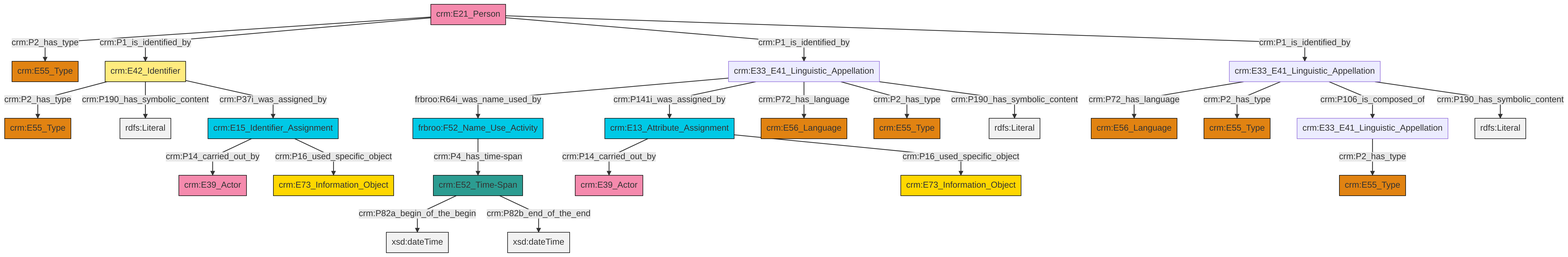
Before: et/personCSV/ttl/mmd/png/Person_Names_and_Classification.png, a diagram exported from Mermaid (swiss-art-research-net/docs.swissartresearch). Its source is kept beside it as et/personCSV/ttl/mmd/Person_Names_and_Classification.ttl.mmd.
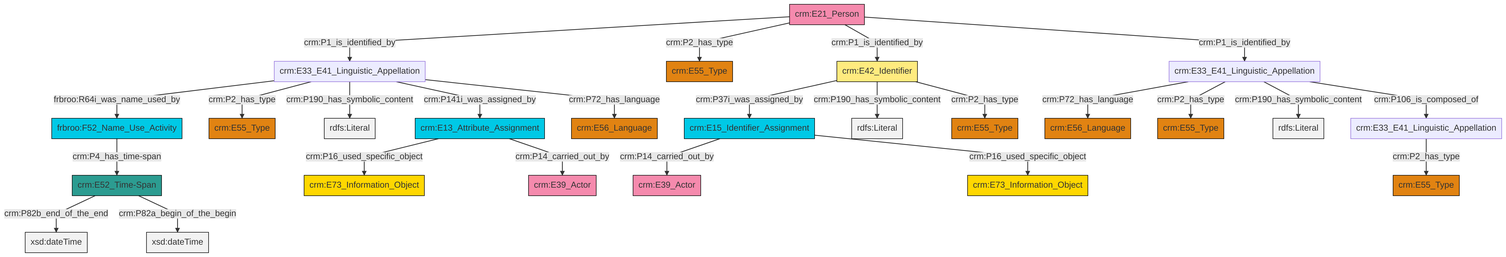
Above is the later version.

Change to the diagram source:
```diff
@@ -13,27 +13,27 @@
 classDef PC_Classes fill:#4ce600, stroke:#000000;
 classDef Multi fill:#cccccc,stroke:#000000;
 
-0["crm:E33_E41_Linguistic_Appellation"]:::Default -->|frbroo:R64i_was_name_used_by| 1["frbroo:F52_Name_Use_Activity"]:::Temporal_Entity
-0["crm:E33_E41_Linguistic_Appellation"]:::Default -->|crm:P141i_was_assigned_by| 2["crm:E13_Attribute_Assignment"]:::Temporal_Entity
-7["crm:E21_Person"]:::Actor -->|crm:P2_has_type| 8["crm:E55_Type"]:::Type
-0["crm:E33_E41_Linguistic_Appellation"]:::Default -->|crm:P72_has_language| 9["crm:E56_Language"]:::Type
-10["crm:E33_E41_Linguistic_Appellation"]:::Default -->|crm:P2_has_type| 11["crm:E55_Type"]:::Type
-15["crm:E52_Time-Span"]:::Time-Span -->|crm:P82a_begin_of_the_begin| 16[xsd:dateTime]:::Literal
-19["crm:E42_Identifier"]:::Appellation -->|crm:P2_has_type| 17["crm:E55_Type"]:::Type
-5["crm:E33_E41_Linguistic_Appellation"]:::Default -->|crm:P72_has_language| 20["crm:E56_Language"]:::Type
-13["crm:E15_Identifier_Assignment"]:::Temporal_Entity -->|crm:P14_carried_out_by| 21["crm:E39_Actor"]:::Actor
-19["crm:E42_Identifier"]:::Appellation -->|crm:P190_has_symbolic_content| 23[rdfs:Literal]:::Literal
-7["crm:E21_Person"]:::Actor -->|crm:P1_is_identified_by| 19["crm:E42_Identifier"]:::Appellation
-0["crm:E33_E41_Linguistic_Appellation"]:::Default -->|crm:P2_has_type| 25["crm:E55_Type"]:::Type
-5["crm:E33_E41_Linguistic_Appellation"]:::Default -->|crm:P2_has_type| 3["crm:E55_Type"]:::Type
-5["crm:E33_E41_Linguistic_Appellation"]:::Default -->|crm:P106_is_composed_of| 10["crm:E33_E41_Linguistic_Appellation"]:::Default
-5["crm:E33_E41_Linguistic_Appellation"]:::Default -->|crm:P190_has_symbolic_content| 27[rdfs:Literal]:::Literal
-15["crm:E52_Time-Span"]:::Time-Span -->|crm:P82b_end_of_the_end| 28[xsd:dateTime]:::Literal
+0["crm:E33_E41_Linguistic_Appellation"]:::Default -->|crm:P72_has_language| 1["crm:E56_Language"]:::Type
+13["crm:E33_E41_Linguistic_Appellation"]:::Default -->|frbroo:R64i_was_name_used_by| 14["frbroo:F52_Name_Use_Activity"]:::Temporal_Entity
+15["crm:E42_Identifier"]:::Appellation -->|crm:P37i_was_assigned_by| 16["crm:E15_Identifier_Assignment"]:::Temporal_Entity
+13["crm:E33_E41_Linguistic_Appellation"]:::Default -->|crm:P2_has_type| 19["crm:E55_Type"]:::Type
+11["crm:E33_E41_Linguistic_Appellation"]:::Default -->|crm:P2_has_type| 21["crm:E55_Type"]:::Type
+0["crm:E33_E41_Linguistic_Appellation"]:::Default -->|crm:P2_has_type| 22["crm:E55_Type"]:::Type
+7["crm:E21_Person"]:::Actor -->|crm:P1_is_identified_by| 13["crm:E33_E41_Linguistic_Appellation"]:::Default
+26["crm:E52_Time-Span"]:::Time-Span -->|crm:P82b_end_of_the_end| 27[xsd:dateTime]:::Literal
+16["crm:E15_Identifier_Assignment"]:::Temporal_Entity -->|crm:P14_carried_out_by| 28["crm:E39_Actor"]:::Actor
+7["crm:E21_Person"]:::Actor -->|crm:P2_has_type| 9["crm:E55_Type"]:::Type
+13["crm:E33_E41_Linguistic_Appellation"]:::Default -->|crm:P190_has_symbolic_content| 31[rdfs:Literal]:::Literal
+16["crm:E15_Identifier_Assignment"]:::Temporal_Entity -->|crm:P16_used_specific_object| 34["crm:E73_Information_Object"]:::Conceptual_Object
+4["crm:E13_Attribute_Assignment"]:::Temporal_Entity -->|crm:P16_used_specific_object| 32["crm:E73_Information_Object"]:::Conceptual_Object
+15["crm:E42_Identifier"]:::Appellation -->|crm:P190_has_symbolic_content| 35[rdfs:Literal]:::Literal
+14["frbroo:F52_Name_Use_Activity"]:::Temporal_Entity -->|crm:P4_has_time-span| 26["crm:E52_Time-Span"]:::Time-Span
+4["crm:E13_Attribute_Assignment"]:::Temporal_Entity -->|crm:P14_carried_out_by| 37["crm:E39_Actor"]:::Actor
+7["crm:E21_Person"]:::Actor -->|crm:P1_is_identified_by| 15["crm:E42_Identifier"]:::Appellation
 7["crm:E21_Person"]:::Actor -->|crm:P1_is_identified_by| 0["crm:E33_E41_Linguistic_Appellation"]:::Default
-19["crm:E42_Identifier"]:::Appellation -->|crm:P37i_was_assigned_by| 13["crm:E15_Identifier_Assignment"]:::Temporal_Entity
-2["crm:E13_Attribute_Assignment"]:::Temporal_Entity -->|crm:P14_carried_out_by| 32["crm:E39_Actor"]:::Actor
-1["frbroo:F52_Name_Use_Activity"]:::Temporal_Entity -->|crm:P4_has_time-span| 15["crm:E52_Time-Span"]:::Time-Span
-0["crm:E33_E41_Linguistic_Appellation"]:::Default -->|crm:P190_has_symbolic_content| 42[rdfs:Literal]:::Literal
-13["crm:E15_Identifier_Assignment"]:::Temporal_Entity -->|crm:P16_used_specific_object| 36["crm:E73_Information_Object"]:::Conceptual_Object
-2["crm:E13_Attribute_Assignment"]:::Temporal_Entity -->|crm:P16_used_specific_object| 33["crm:E73_Information_Object"]:::Conceptual_Object
-7["crm:E21_Person"]:::Actor -->|crm:P1_is_identified_by| 5["crm:E33_E41_Linguistic_Appellation"]:::Default
+13["crm:E33_E41_Linguistic_Appellation"]:::Default -->|crm:P141i_was_assigned_by| 4["crm:E13_Attribute_Assignment"]:::Temporal_Entity
+0["crm:E33_E41_Linguistic_Appellation"]:::Default -->|crm:P190_has_symbolic_content| 41[rdfs:Literal]:::Literal
+15["crm:E42_Identifier"]:::Appellation -->|crm:P2_has_type| 17["crm:E55_Type"]:::Type
+0["crm:E33_E41_Linguistic_Appellation"]:::Default -->|crm:P106_is_composed_of| 11["crm:E33_E41_Linguistic_Appellation"]:::Default
+26["crm:E52_Time-Span"]:::Time-Span -->|crm:P82a_begin_of_the_begin| 46[xsd:dateTime]:::Literal
+13["crm:E33_E41_Linguistic_Appellation"]:::Default -->|crm:P72_has_language| 2["crm:E56_Language"]:::Type
```
